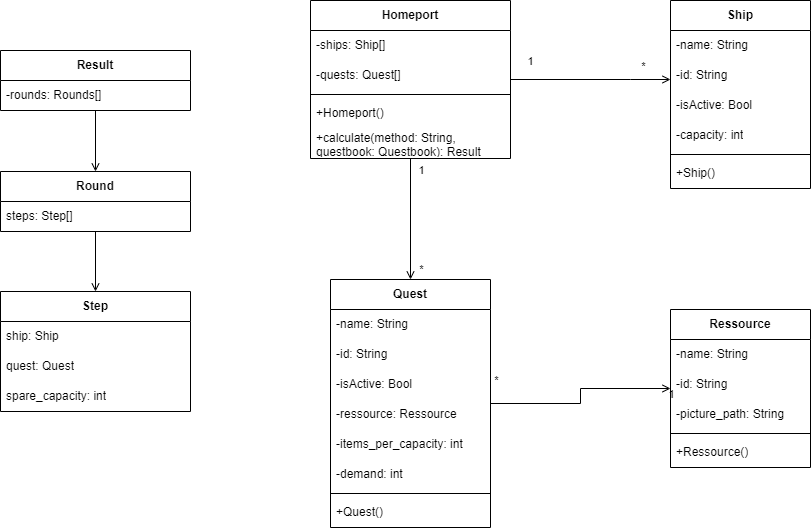
Mole1803/SPoRT keeps this draw.io diagram as Klassendiagramm_Backend.drawio.png. Above is the earlier version. Source tidied: cells renumbered, new cells last; positions are measured from the earlier drawing's top-left corner, leaving out a move shared by most shapes.
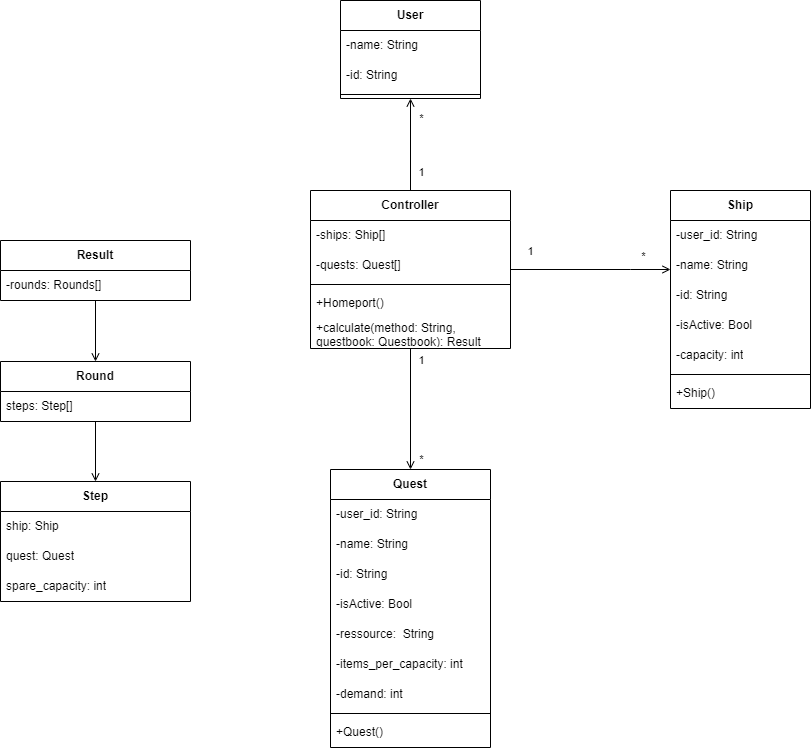
After the commit.

Diff of the diagram source:
```diff
@@ -21,25 +21,28 @@
       </mxGeometry>
     </mxCell>
     <mxCell id="5" value="&lt;b&gt;Ship&lt;/b&gt;" style="swimlane;fontStyle=0;horizontal=1;startSize=30;whiteSpace=wrap;html=1;rounded=0;labelBackgroundColor=none;" parent="1" vertex="1">
-      <mxGeometry x="670" width="140" height="188" as="geometry" />
+      <mxGeometry x="670" width="140" height="218" as="geometry" />
     </mxCell>
+    <mxCell id="49" value="-user_id: String" style="text;strokeColor=none;fillColor=none;align=left;verticalAlign=middle;spacingLeft=4;spacingRight=4;overflow=hidden;whiteSpace=wrap;html=1;rounded=0;labelBackgroundColor=none;" parent="5" vertex="1">
+      <mxGeometry y="30" width="140" height="30" as="geometry" />
+    </mxCell>
     <mxCell id="6" value="-name: String" style="text;strokeColor=none;fillColor=none;align=left;verticalAlign=middle;spacingLeft=4;spacingRight=4;overflow=hidden;whiteSpace=wrap;html=1;rounded=0;labelBackgroundColor=none;" parent="5" vertex="1">
-      <mxGeometry y="30" width="140" height="30" as="geometry" />
+      <mxGeometry y="60" width="140" height="30" as="geometry" />
     </mxCell>
     <mxCell id="7" value="-id: String" style="text;strokeColor=none;fillColor=none;align=left;verticalAlign=middle;spacingLeft=4;spacingRight=4;overflow=hidden;whiteSpace=wrap;html=1;rounded=0;labelBackgroundColor=none;" parent="5" vertex="1">
-      <mxGeometry y="60" width="140" height="30" as="geometry" />
+      <mxGeometry y="90" width="140" height="30" as="geometry" />
     </mxCell>
     <mxCell id="8" value="-isActive: Bool" style="text;strokeColor=none;fillColor=none;align=left;verticalAlign=middle;spacingLeft=4;spacingRight=4;overflow=hidden;whiteSpace=wrap;html=1;rounded=0;labelBackgroundColor=none;" parent="5" vertex="1">
-      <mxGeometry y="90" width="140" height="30" as="geometry" />
+      <mxGeometry y="120" width="140" height="30" as="geometry" />
     </mxCell>
     <mxCell id="9" value="-capacity: int" style="text;strokeColor=none;fillColor=none;align=left;verticalAlign=middle;spacingLeft=4;spacingRight=4;overflow=hidden;whiteSpace=wrap;html=1;rounded=0;labelBackgroundColor=none;" parent="5" vertex="1">
-      <mxGeometry y="120" width="140" height="30" as="geometry" />
+      <mxGeometry y="150" width="140" height="30" as="geometry" />
     </mxCell>
     <mxCell id="10" style="line;strokeWidth=1;fillColor=none;align=left;verticalAlign=middle;spacingTop=-1;spacingLeft=3;spacingRight=3;labelPosition=right;rounded=0;labelBackgroundColor=none;" parent="5" vertex="1">
-      <mxGeometry y="150" width="140" height="8" as="geometry" />
+      <mxGeometry y="180" width="140" height="8" as="geometry" />
     </mxCell>
     <mxCell id="11" value="+Ship()" style="text;strokeColor=none;fillColor=none;align=left;verticalAlign=middle;spacingLeft=4;spacingRight=4;overflow=hidden;whiteSpace=wrap;html=1;rounded=0;labelBackgroundColor=none;" parent="5" vertex="1">
-      <mxGeometry y="158" width="140" height="30" as="geometry" />
+      <mxGeometry y="188" width="140" height="30" as="geometry" />
     </mxCell>
     <mxCell id="12" style="edgeStyle=orthogonalEdgeStyle;rounded=0;jettySize=auto;html=1;endArrow=open;endFill=0;labelBackgroundColor=none;fontColor=default;" parent="1" edge="1" source="20" target="24">
       <mxGeometry relative="1" as="geometry">
@@ -58,7 +61,7 @@
         <mxPoint x="9" as="offset" />
       </mxGeometry>
     </mxCell>
-    <mxCell id="15" value="&lt;b&gt;Homeport&lt;/b&gt;" style="swimlane;fontStyle=0;horizontal=1;startSize=30;whiteSpace=wrap;html=1;rounded=0;labelBackgroundColor=none;gradientColor=none;swimlaneFillColor=none;" parent="1" vertex="1">
+    <mxCell id="15" value="&lt;b&gt;Controller&lt;/b&gt;" style="swimlane;fontStyle=0;horizontal=1;startSize=30;whiteSpace=wrap;html=1;rounded=0;labelBackgroundColor=none;gradientColor=none;swimlaneFillColor=none;" parent="1" vertex="1">
       <mxGeometry x="310" width="200" height="158" as="geometry" />
     </mxCell>
     <mxCell id="16" value="-ships: Ship[]" style="text;strokeColor=none;fillColor=none;align=left;verticalAlign=middle;spacingLeft=4;spacingRight=4;overflow=hidden;whiteSpace=wrap;html=1;rounded=0;labelBackgroundColor=none;" parent="15" vertex="1">
@@ -76,64 +79,36 @@
     <mxCell id="20" value="+calculate(method: String, questbook: Questbook): Result" style="text;strokeColor=none;fillColor=none;align=left;verticalAlign=middle;spacingLeft=4;spacingRight=4;overflow=hidden;points=[[0,0.5],[1,0.5]];portConstraint=eastwest;whiteSpace=wrap;html=1;rounded=0;labelBackgroundColor=none;" parent="15" vertex="1">
       <mxGeometry y="128" width="200" height="30" as="geometry" />
     </mxCell>
-    <mxCell id="21" style="edgeStyle=orthogonalEdgeStyle;rounded=0;jettySize=auto;html=1;endArrow=open;endFill=0;labelBackgroundColor=none;fontColor=default;" parent="1" edge="1" source="24" target="33">
-      <mxGeometry relative="1" as="geometry" />
-    </mxCell>
-    <mxCell id="22" value="1" style="edgeLabel;html=1;align=center;verticalAlign=middle;rounded=0;labelBackgroundColor=none;" parent="21" vertex="1">
-      <mxGeometry x="-0.81" y="3" relative="1" as="geometry">
-        <mxPoint x="161" y="-7" as="offset" />
-      </mxGeometry>
-    </mxCell>
-    <mxCell id="23" value="*" style="edgeLabel;html=1;align=center;verticalAlign=middle;rounded=0;labelBackgroundColor=none;" parent="21" vertex="1">
-      <mxGeometry x="0.75" y="2" relative="1" as="geometry">
-        <mxPoint x="-151" y="-7" as="offset" />
-      </mxGeometry>
-    </mxCell>
     <mxCell id="24" value="&lt;b&gt;Quest&lt;/b&gt;" style="swimlane;fontStyle=0;horizontal=1;startSize=30;whiteSpace=wrap;html=1;rounded=0;labelBackgroundColor=none;" parent="1" vertex="1">
-      <mxGeometry x="330" y="279" width="160" height="248" as="geometry" />
+      <mxGeometry x="330" y="279" width="160" height="278" as="geometry" />
     </mxCell>
+    <mxCell id="50" value="-user_id: String" style="text;strokeColor=none;fillColor=none;align=left;verticalAlign=middle;spacingLeft=4;spacingRight=4;overflow=hidden;whiteSpace=wrap;html=1;rounded=0;labelBackgroundColor=none;" parent="24" vertex="1">
+      <mxGeometry y="30" width="160" height="30" as="geometry" />
+    </mxCell>
     <mxCell id="25" value="-name: String" style="text;strokeColor=none;fillColor=none;align=left;verticalAlign=middle;spacingLeft=4;spacingRight=4;overflow=hidden;whiteSpace=wrap;html=1;rounded=0;labelBackgroundColor=none;" parent="24" vertex="1">
-      <mxGeometry y="30" width="160" height="30" as="geometry" />
+      <mxGeometry y="60" width="160" height="30" as="geometry" />
     </mxCell>
     <mxCell id="26" value="-id: String" style="text;strokeColor=none;fillColor=none;align=left;verticalAlign=middle;spacingLeft=4;spacingRight=4;overflow=hidden;whiteSpace=wrap;html=1;rounded=0;labelBackgroundColor=none;" parent="24" vertex="1">
-      <mxGeometry y="60" width="160" height="30" as="geometry" />
+      <mxGeometry y="90" width="160" height="30" as="geometry" />
     </mxCell>
     <mxCell id="27" value="-isActive: Bool" style="text;strokeColor=none;fillColor=none;align=left;verticalAlign=middle;spacingLeft=4;spacingRight=4;overflow=hidden;whiteSpace=wrap;html=1;rounded=0;labelBackgroundColor=none;" parent="24" vertex="1">
-      <mxGeometry y="90" width="160" height="30" as="geometry" />
+      <mxGeometry y="120" width="160" height="30" as="geometry" />
     </mxCell>
-    <mxCell id="28" value="-ressource: Ressource" style="text;strokeColor=none;fillColor=none;align=left;verticalAlign=middle;spacingLeft=4;spacingRight=4;overflow=hidden;whiteSpace=wrap;html=1;rounded=0;labelBackgroundColor=none;" parent="24" vertex="1">
-      <mxGeometry y="120" width="160" height="30" as="geometry" />
+    <mxCell id="28" value="-ressource:&amp;nbsp; String" style="text;strokeColor=none;fillColor=none;align=left;verticalAlign=middle;spacingLeft=4;spacingRight=4;overflow=hidden;whiteSpace=wrap;html=1;rounded=0;labelBackgroundColor=none;" parent="24" vertex="1">
+      <mxGeometry y="150" width="160" height="30" as="geometry" />
     </mxCell>
     <mxCell id="29" value="-items_per_capacity: int" style="text;strokeColor=none;fillColor=none;align=left;verticalAlign=middle;spacingLeft=4;spacingRight=4;overflow=hidden;whiteSpace=wrap;html=1;rounded=0;labelBackgroundColor=none;" parent="24" vertex="1">
-      <mxGeometry y="150" width="160" height="30" as="geometry" />
+      <mxGeometry y="180" width="160" height="30" as="geometry" />
     </mxCell>
     <mxCell id="30" value="-demand: int" style="text;strokeColor=none;fillColor=none;align=left;verticalAlign=middle;spacingLeft=4;spacingRight=4;overflow=hidden;whiteSpace=wrap;html=1;rounded=0;labelBackgroundColor=none;" parent="24" vertex="1">
-      <mxGeometry y="180" width="160" height="30" as="geometry" />
+      <mxGeometry y="210" width="160" height="30" as="geometry" />
     </mxCell>
     <mxCell id="31" style="line;strokeWidth=1;fillColor=none;align=left;verticalAlign=middle;spacingTop=-1;spacingLeft=3;spacingRight=3;labelPosition=right;rounded=0;labelBackgroundColor=none;" parent="24" vertex="1">
-      <mxGeometry y="210" width="160" height="8" as="geometry" />
+      <mxGeometry y="240" width="160" height="8" as="geometry" />
     </mxCell>
     <mxCell id="32" value="+Quest()" style="text;strokeColor=none;fillColor=none;align=left;verticalAlign=middle;spacingLeft=4;spacingRight=4;overflow=hidden;whiteSpace=wrap;html=1;rounded=0;labelBackgroundColor=none;" parent="24" vertex="1">
-      <mxGeometry y="218" width="160" height="30" as="geometry" />
+      <mxGeometry y="248" width="160" height="30" as="geometry" />
     </mxCell>
-    <mxCell id="33" value="&lt;b&gt;Ressource&lt;/b&gt;" style="swimlane;fontStyle=0;horizontal=1;startSize=30;whiteSpace=wrap;html=1;rounded=0;labelBackgroundColor=none;" parent="1" vertex="1">
-      <mxGeometry x="670" y="309" width="140" height="158" as="geometry" />
-    </mxCell>
-    <mxCell id="34" value="-name: String" style="text;strokeColor=none;fillColor=none;align=left;verticalAlign=middle;spacingLeft=4;spacingRight=4;overflow=hidden;whiteSpace=wrap;html=1;rounded=0;labelBackgroundColor=none;" parent="33" vertex="1">
-      <mxGeometry y="30" width="140" height="30" as="geometry" />
-    </mxCell>
-    <mxCell id="35" value="-id: String" style="text;strokeColor=none;fillColor=none;align=left;verticalAlign=middle;spacingLeft=4;spacingRight=4;overflow=hidden;whiteSpace=wrap;html=1;rounded=0;labelBackgroundColor=none;" parent="33" vertex="1">
-      <mxGeometry y="60" width="140" height="30" as="geometry" />
-    </mxCell>
-    <mxCell id="36" value="-picture_path: String" style="text;strokeColor=none;fillColor=none;align=left;verticalAlign=middle;spacingLeft=4;spacingRight=4;overflow=hidden;whiteSpace=wrap;html=1;rounded=0;labelBackgroundColor=none;" parent="33" vertex="1">
-      <mxGeometry y="90" width="140" height="30" as="geometry" />
-    </mxCell>
-    <mxCell id="37" style="line;strokeWidth=1;fillColor=none;align=left;verticalAlign=middle;spacingTop=-1;spacingLeft=3;spacingRight=3;labelPosition=right;rounded=0;labelBackgroundColor=none;" parent="33" vertex="1">
-      <mxGeometry y="120" width="140" height="8" as="geometry" />
-    </mxCell>
-    <mxCell id="38" value="+Ressource()" style="text;strokeColor=none;fillColor=none;align=left;verticalAlign=middle;spacingLeft=4;spacingRight=4;overflow=hidden;whiteSpace=wrap;html=1;rounded=0;labelBackgroundColor=none;" parent="33" vertex="1">
-      <mxGeometry y="128" width="140" height="30" as="geometry" />
-    </mxCell>
     <mxCell id="39" style="edgeStyle=orthogonalEdgeStyle;rounded=0;jettySize=auto;html=1;endArrow=open;endFill=0;" parent="1" edge="1" source="40" target="43">
       <mxGeometry relative="1" as="geometry" />
     </mxCell>
@@ -164,5 +139,30 @@
     <mxCell id="48" value="spare_capacity: int" style="text;strokeColor=none;fillColor=none;align=left;verticalAlign=middle;spacingLeft=4;spacingRight=4;overflow=hidden;whiteSpace=wrap;html=1;" parent="45" vertex="1">
       <mxGeometry y="90" width="190" height="30" as="geometry" />
     </mxCell>
+    <mxCell id="51" value="&lt;b&gt;User&lt;/b&gt;" style="swimlane;fontStyle=0;horizontal=1;startSize=30;whiteSpace=wrap;html=1;rounded=0;labelBackgroundColor=none;" parent="1" vertex="1">
+      <mxGeometry x="340" y="-190" width="140" height="98" as="geometry" />
+    </mxCell>
+    <mxCell id="34" value="-name: String" style="text;strokeColor=none;fillColor=none;align=left;verticalAlign=middle;spacingLeft=4;spacingRight=4;overflow=hidden;whiteSpace=wrap;html=1;rounded=0;labelBackgroundColor=none;" parent="51" vertex="1">
+      <mxGeometry y="30" width="140" height="30" as="geometry" />
+    </mxCell>
+    <mxCell id="35" value="-id: String" style="text;strokeColor=none;fillColor=none;align=left;verticalAlign=middle;spacingLeft=4;spacingRight=4;overflow=hidden;whiteSpace=wrap;html=1;rounded=0;labelBackgroundColor=none;" parent="51" vertex="1">
+      <mxGeometry y="60" width="140" height="30" as="geometry" />
+    </mxCell>
+    <mxCell id="52" style="line;strokeWidth=1;fillColor=none;align=left;verticalAlign=middle;spacingTop=-1;spacingLeft=3;spacingRight=3;labelPosition=right;rounded=0;labelBackgroundColor=none;" parent="51" vertex="1">
+      <mxGeometry y="90" width="140" height="8" as="geometry" />
+    </mxCell>
+    <mxCell id="53" style="edgeStyle=orthogonalEdgeStyle;rounded=0;jettySize=auto;html=1;endArrow=open;endFill=0;" parent="1" edge="1" source="15" target="51">
+      <mxGeometry relative="1" as="geometry" />
+    </mxCell>
+    <mxCell id="22" value="1" style="edgeLabel;html=1;align=center;verticalAlign=middle;" parent="53" vertex="1">
+      <mxGeometry x="-0.59" relative="1" as="geometry">
+        <mxPoint x="10" as="offset" />
+      </mxGeometry>
+    </mxCell>
+    <mxCell id="23" value="*" style="edgeLabel;html=1;align=center;verticalAlign=middle;" parent="53" vertex="1">
+      <mxGeometry x="0.59" y="-1" relative="1" as="geometry">
+        <mxPoint x="9" as="offset" />
+      </mxGeometry>
+    </mxCell>
   </root>
 </mxGraphModel>
```
